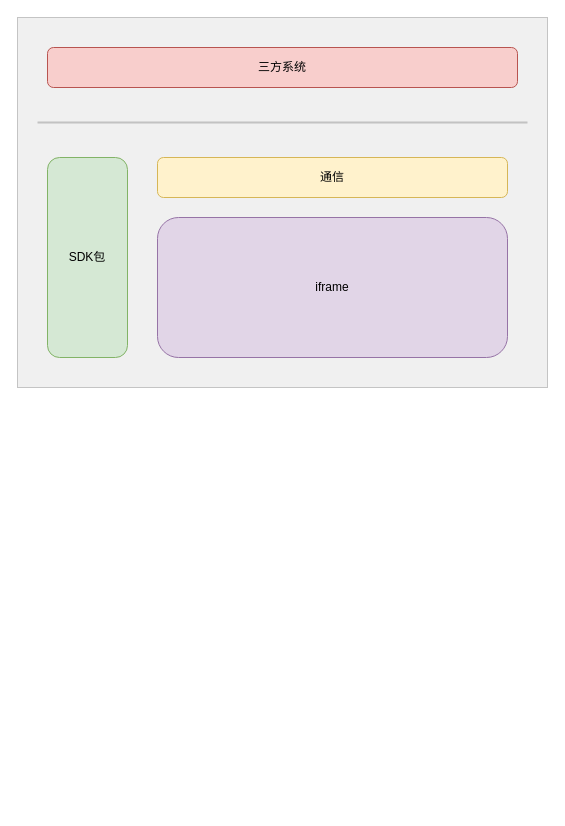
Earlier version of the draw.io diagram 素材库SDK.drawio (wt9213/wt9213.github.io). Source tidied: cells renumbered, new cells numbered last; positions are measured from the earlier drawing's top-left corner, leaving out a move shared by most shapes. Both pictures are drawn from the tidied source at 100%, with x=0, y=0 at pixel (17, 17).
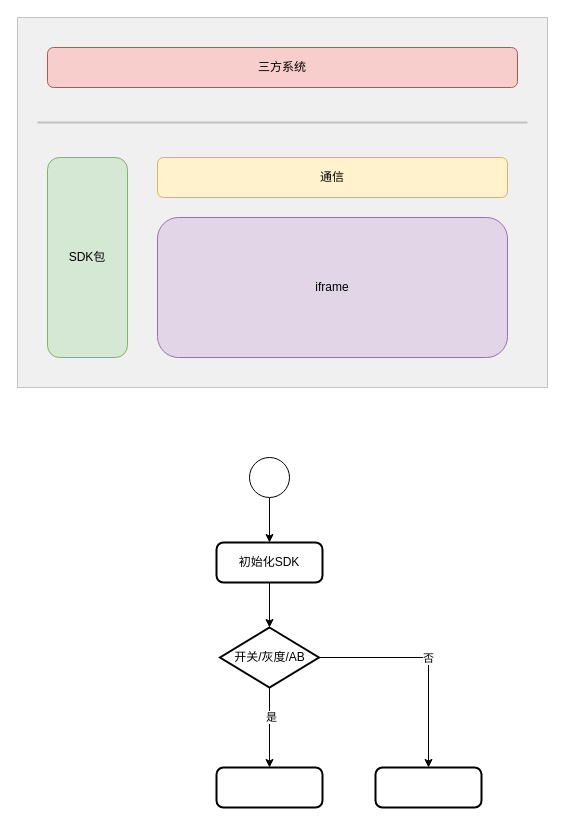
The same diagram, later.

Commit message (it also covers changes not shown here):
更新素材库SDK.drawio

Diff of the diagram source:
```diff
@@
 <mxGraphModel>
   <root>
     <mxCell id="0" />
     <mxCell id="1" parent="0" />
     <mxCell id="2" style="rounded=0;whiteSpace=wrap;html=1;fillColor=#F0F0F0;fontColor=#333333;strokeColor=#C4C4C4;" parent="1" vertex="1">
       <mxGeometry width="530" height="370" as="geometry" />
     </mxCell>
     <mxCell id="3" value="iframe" style="rounded=1;whiteSpace=wrap;html=1;fillColor=#e1d5e7;strokeColor=#9673a6;" parent="1" vertex="1">
       <mxGeometry x="140" y="200" width="350" height="140" as="geometry" />
     </mxCell>
     <mxCell id="4" value="通信" style="rounded=1;whiteSpace=wrap;html=1;fillColor=#fff2cc;strokeColor=#d6b656;" parent="1" vertex="1">
       <mxGeometry x="140" y="140" width="350" height="40" as="geometry" />
     </mxCell>
     <mxCell id="5" value="三方系统" style="rounded=1;whiteSpace=wrap;html=1;fillColor=#f8cecc;strokeColor=#b85450;" parent="1" vertex="1">
       <mxGeometry x="30" y="30" width="470" height="40" as="geometry" />
     </mxCell>
     <mxCell id="6" value="SDK包" style="rounded=1;whiteSpace=wrap;html=1;fillColor=#d5e8d4;strokeColor=#82b366;" parent="1" vertex="1">
       <mxGeometry x="30" y="140" width="80" height="200" as="geometry" />
     </mxCell>
     <mxCell id="7" style="line;strokeWidth=2;html=1;strokeColor=#C2C2C2;" parent="1" vertex="1">
       <mxGeometry x="20" y="100" width="490" height="10" as="geometry" />
     </mxCell>
+    <mxCell id="8" style="edgeStyle=orthogonalEdgeStyle;rounded=0;jettySize=auto;html=1;exitX=0.5;exitY=1;exitDx=0;exitDy=0;exitPerimeter=0;entryX=0.5;entryY=0;entryDx=0;entryDy=0;" parent="1" edge="1" source="9" target="10">
+      <mxGeometry relative="1" as="geometry" />
+    </mxCell>
+    <mxCell id="9" style="verticalLabelPosition=bottom;verticalAlign=top;html=1;shape=mxgraph.flowchart.on-page_reference;" parent="1" vertex="1">
+      <mxGeometry x="232" y="440" width="40" height="40" as="geometry" />
+    </mxCell>
+    <mxCell id="10" value="初始化SDK" style="rounded=1;whiteSpace=wrap;html=1;absoluteArcSize=1;arcSize=14;strokeWidth=2;" parent="1" vertex="1">
+      <mxGeometry x="199" y="525" width="106" height="40" as="geometry" />
+    </mxCell>
+    <mxCell id="11" style="rounded=1;whiteSpace=wrap;html=1;absoluteArcSize=1;arcSize=14;strokeWidth=2;" parent="1" vertex="1">
+      <mxGeometry x="199" y="750" width="106" height="40" as="geometry" />
+    </mxCell>
+    <mxCell id="12" style="edgeStyle=orthogonalEdgeStyle;rounded=0;jettySize=auto;html=1;exitX=0.5;exitY=1;exitDx=0;exitDy=0;exitPerimeter=0;" parent="1" edge="1" source="15" target="11">
+      <mxGeometry relative="1" as="geometry" />
+    </mxCell>
+    <mxCell id="13" value="是" style="edgeLabel;html=1;align=center;verticalAlign=middle;" parent="12" vertex="1">
+      <mxGeometry x="-0.28" y="1" relative="1" as="geometry" />
+    </mxCell>
+    <mxCell id="14" value="否" style="edgeStyle=orthogonalEdgeStyle;rounded=0;jettySize=auto;html=1;exitX=1;exitY=0.5;exitDx=0;exitDy=0;exitPerimeter=0;" parent="1" edge="1" source="15" target="17">
+      <mxGeometry relative="1" as="geometry" />
+    </mxCell>
+    <mxCell id="15" value="开关/灰度/AB" style="strokeWidth=2;html=1;shape=mxgraph.flowchart.decision;whiteSpace=wrap;" parent="1" vertex="1">
+      <mxGeometry x="202.5" y="610" width="99" height="60" as="geometry" />
+    </mxCell>
+    <mxCell id="16" style="edgeStyle=orthogonalEdgeStyle;rounded=0;jettySize=auto;html=1;entryX=0.5;entryY=0;entryDx=0;entryDy=0;entryPerimeter=0;" parent="1" edge="1" source="10" target="15">
+      <mxGeometry relative="1" as="geometry" />
+    </mxCell>
+    <mxCell id="17" style="rounded=1;whiteSpace=wrap;html=1;absoluteArcSize=1;arcSize=14;strokeWidth=2;" parent="1" vertex="1">
+      <mxGeometry x="358" y="750" width="106" height="40" as="geometry" />
+    </mxCell>
   </root>
 </mxGraphModel>
```
